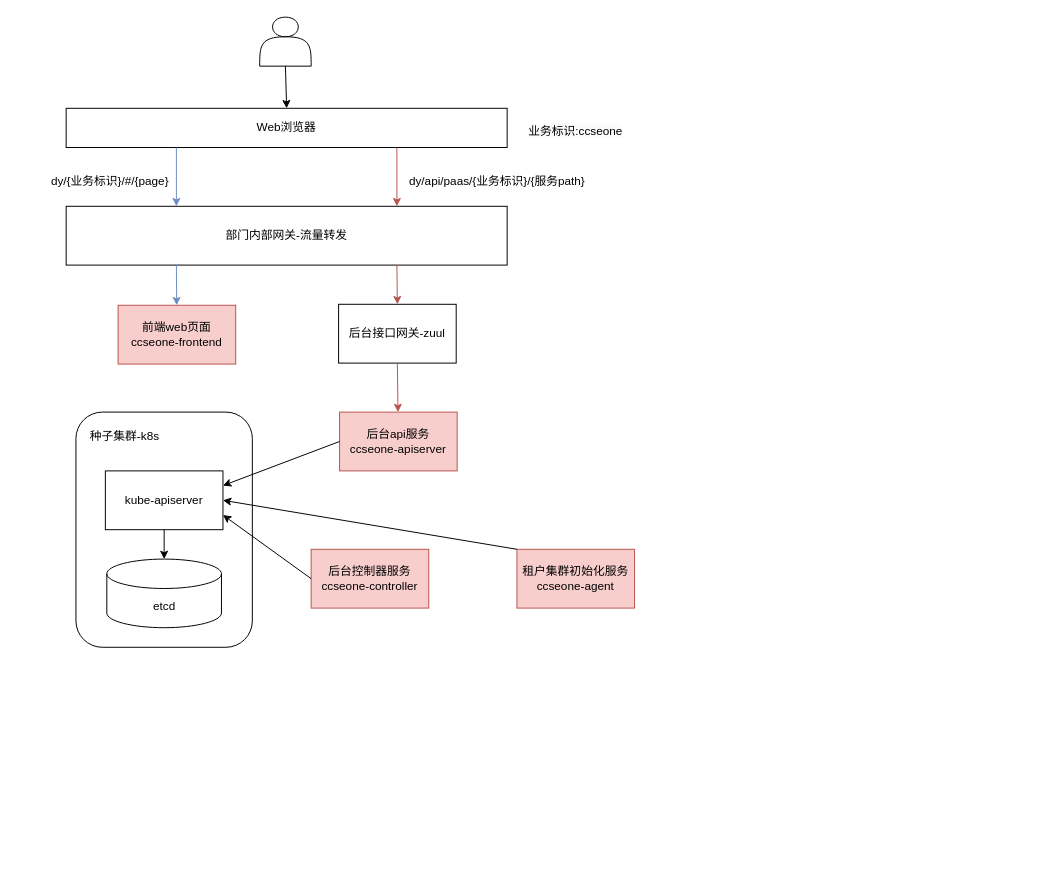
The draw.io diagram page "网关接入" (2 of 3) of drawio/安全审查.drawio in Tiny-VS-Lina/ccse, before the edit. Source tidied: cells renumbered, new cells numbered last; positions are measured from the earlier drawing's top-left corner, leaving out a move shared by most shapes. Both pictures are drawn from the tidied source at 98%, with x=0, y=0 at pixel (46, 17).
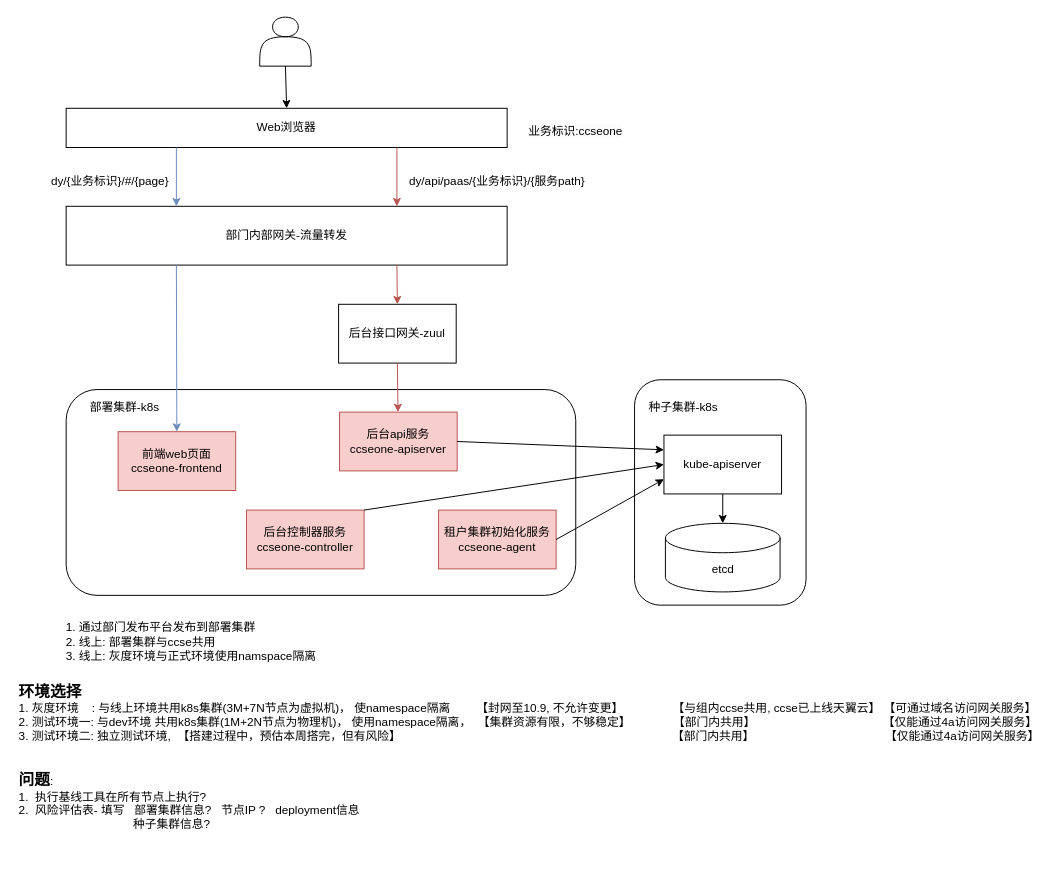
Above is the later version.

Unchanged cells that the change refers to:
```xml
<mxCell id="4" value="Web浏览器" style="rounded=0;whiteSpace=wrap;html=1;" parent="1" vertex="1">
  <mxGeometry x="20" y="93" width="450" height="40" as="geometry" />
</mxCell>
<mxCell id="5" style="shape=actor;whiteSpace=wrap;html=1;" parent="1" vertex="1">
  <mxGeometry x="217.5" width="52.5" height="50" as="geometry" />
</mxCell>
<mxCell id="15" value="后台api服务&lt;br&gt;ccseone-apiserver" style="rounded=0;whiteSpace=wrap;html=1;fillColor=#f8cecc;strokeColor=#b85450;" parent="1" vertex="1">
  <mxGeometry x="299" y="403" width="120" height="60" as="geometry" />
</mxCell>
```

The edit, as a diff of the source:
```diff
@@
+    <mxCell id="27" style="rounded=1;whiteSpace=wrap;html=1;" parent="1" vertex="1">
+      <mxGeometry x="20" y="380" width="520" height="210" as="geometry" />
+    </mxCell>
     <mxCell id="2" style="rounded=1;whiteSpace=wrap;html=1;" parent="1" vertex="1">
-      <mxGeometry x="30" y="403" width="180" height="240" as="geometry" />
+      <mxGeometry x="600" y="370" width="175" height="230" as="geometry" />
     </mxCell>
@@
     <mxCell id="9" value="前端web页面&lt;br&gt;ccseone-frontend" style="rounded=0;whiteSpace=wrap;html=1;fillColor=#f8cecc;strokeColor=#b85450;" parent="1" vertex="1">
-      <mxGeometry x="73" y="294" width="120" height="60" as="geometry" />
+      <mxGeometry x="73" y="423" width="120" height="60" as="geometry" />
     </mxCell>
@@
     <mxCell id="17" value="kube-apiserver" style="rounded=0;whiteSpace=wrap;html=1;" parent="1" vertex="1">
-      <mxGeometry x="60" y="463" width="120" height="60" as="geometry" />
+      <mxGeometry x="630" y="426.5" width="120" height="60" as="geometry" />
     </mxCell>
     <mxCell id="18" value="etcd" style="shape=cylinder3;whiteSpace=wrap;html=1;boundedLbl=1;backgroundOutline=1;size=15;" parent="1" vertex="1">
-      <mxGeometry x="61.5" y="553" width="117" height="70" as="geometry" />
+      <mxGeometry x="631.5" y="516.5" width="117" height="70" as="geometry" />
     </mxCell>
@@
     <mxCell id="20" value="种子集群-k8s" style="text;html=1;strokeColor=none;fillColor=none;align=center;verticalAlign=middle;whiteSpace=wrap;rounded=0;" parent="1" vertex="1">
-      <mxGeometry x="40" y="413" width="80" height="30" as="geometry" />
+      <mxGeometry x="610" y="383" width="80" height="30" as="geometry" />
     </mxCell>
-    <mxCell id="21" style="endArrow=classic;html=1;rounded=0;exitX=0;exitY=0.5;exitDx=0;exitDy=0;entryX=1;entryY=0.25;entryDx=0;entryDy=0;" parent="1" edge="1" source="15" target="17">
-      <mxGeometry relative="1" as="geometry" />
-    </mxCell>
     <mxCell id="22" value="后台控制器服务&lt;br&gt;ccseone-controller" style="rounded=0;whiteSpace=wrap;html=1;fillColor=#f8cecc;strokeColor=#b85450;" parent="1" vertex="1">
-      <mxGeometry x="270" y="543" width="120" height="60" as="geometry" />
+      <mxGeometry x="204" y="503" width="120" height="60" as="geometry" />
     </mxCell>
     <mxCell id="23" value="租户集群初始化服务&lt;br&gt;ccseone-agent" style="rounded=0;whiteSpace=wrap;html=1;fillColor=#f8cecc;strokeColor=#b85450;" parent="1" vertex="1">
-      <mxGeometry x="480" y="543" width="120" height="60" as="geometry" />
+      <mxGeometry x="400" y="503" width="120" height="60" as="geometry" />
     </mxCell>
+    <mxCell id="26" style="endArrow=classic;html=1;rounded=0;exitX=0.5;exitY=1;exitDx=0;exitDy=0;entryX=0.5;entryY=0;entryDx=0;entryDy=0;" parent="1" edge="1" source="5" target="4">
+      <mxGeometry relative="1" as="geometry" />
+    </mxCell>
+    <mxCell id="21" style="endArrow=classic;html=1;rounded=0;exitX=1;exitY=0.5;exitDx=0;exitDy=0;entryX=0;entryY=0.25;entryDx=0;entryDy=0;" parent="1" edge="1" source="15" target="17">
+      <mxGeometry relative="1" as="geometry" />
+    </mxCell>
-    <mxCell id="24" style="endArrow=classic;html=1;rounded=0;exitX=0;exitY=0.5;exitDx=0;exitDy=0;entryX=1;entryY=0.75;entryDx=0;entryDy=0;" parent="1" edge="1" source="22" target="17">
+    <mxCell id="24" style="endArrow=classic;html=1;rounded=0;exitX=1;exitY=0;exitDx=0;exitDy=0;entryX=0;entryY=0.5;entryDx=0;entryDy=0;" parent="1" edge="1" source="22" target="17">
       <mxGeometry relative="1" as="geometry" />
     </mxCell>
-    <mxCell id="25" style="endArrow=classic;html=1;rounded=0;entryX=1;entryY=0.5;entryDx=0;entryDy=0;exitX=0;exitY=0;exitDx=0;exitDy=0;" parent="1" edge="1" source="23" target="17">
+    <mxCell id="25" style="endArrow=classic;html=1;rounded=0;exitX=1;exitY=0.5;exitDx=0;exitDy=0;entryX=0;entryY=0.75;entryDx=0;entryDy=0;" parent="1" edge="1" source="23" target="17">
       <mxGeometry relative="1" as="geometry" />
     </mxCell>
-    <mxCell id="26" style="endArrow=classic;html=1;rounded=0;exitX=0.5;exitY=1;exitDx=0;exitDy=0;entryX=0.5;entryY=0;entryDx=0;entryDy=0;" parent="1" edge="1" source="5" target="4">
-      <mxGeometry relative="1" as="geometry" />
-    </mxCell>
+    <mxCell id="28" value="部署集群-k8s" style="text;html=1;strokeColor=none;fillColor=none;align=center;verticalAlign=middle;whiteSpace=wrap;rounded=0;" parent="1" vertex="1">
+      <mxGeometry x="30" y="386.5" width="100" height="23" as="geometry" />
+    </mxCell>
+    <mxCell id="29" value="&lt;br&gt;1.&amp;nbsp;通过部门发布平台发布到部署集群&lt;br&gt;2.&amp;nbsp;线上: 部署集群与ccse共用&lt;br style=&quot;border-color: var(--border-color);&quot;&gt;3.&amp;nbsp;线上: 灰度环境与正式环境使用namspace隔离&lt;br&gt;" style="text;html=1;strokeColor=none;fillColor=none;align=left;verticalAlign=middle;whiteSpace=wrap;rounded=0;" parent="1" vertex="1">
+      <mxGeometry x="18" y="600" width="280" height="60" as="geometry" />
+    </mxCell>
+    <mxCell id="30" value="&lt;b&gt;&lt;font style=&quot;font-size: 16px;&quot;&gt;环境选择&lt;/font&gt;&lt;/b&gt;&lt;br&gt;1.&amp;nbsp;灰度环境&amp;nbsp; &amp;nbsp; :&amp;nbsp;与线上环境共用k8s集群(3M+7N节点为虚拟机)，&amp;nbsp;使namespace隔离&amp;nbsp; &amp;nbsp; &amp;nbsp; &amp;nbsp; 【封网至10.9, 不允许变更】&amp;nbsp; &amp;nbsp; &amp;nbsp; &amp;nbsp; &amp;nbsp; &amp;nbsp; &amp;nbsp; &amp;nbsp;【与组内ccse共用, ccse已上线天翼云】 【可通过域名访问网关服务】&lt;br&gt;2.&amp;nbsp;测试环境一:&amp;nbsp;与dev环境 共用k8s集群(1M+2N节点为物理机)，&amp;nbsp;使用namespace隔离，&amp;nbsp; 【集群资源有限，不够稳定】&amp;nbsp; &amp;nbsp; &amp;nbsp; &amp;nbsp; &amp;nbsp; &amp;nbsp; &amp;nbsp;【部门内共用】&amp;nbsp; &amp;nbsp; &amp;nbsp; &amp;nbsp; &amp;nbsp; &amp;nbsp; &amp;nbsp; &amp;nbsp; &amp;nbsp; &amp;nbsp; &amp;nbsp; &amp;nbsp; &amp;nbsp; &amp;nbsp; &amp;nbsp; &amp;nbsp; &amp;nbsp; &amp;nbsp; &amp;nbsp; &amp;nbsp;【仅能通过4a访问网关服务】&lt;br&gt;3.&amp;nbsp;测试环境二:&amp;nbsp;独立测试环境,&amp;nbsp; 【搭建过程中，预估本周搭完，但有风险】&amp;nbsp; &amp;nbsp; &amp;nbsp; &amp;nbsp; &amp;nbsp; &amp;nbsp; &amp;nbsp; &amp;nbsp; &amp;nbsp; &amp;nbsp; &amp;nbsp; &amp;nbsp; &amp;nbsp; &amp;nbsp; &amp;nbsp; &amp;nbsp; &amp;nbsp; &amp;nbsp; &amp;nbsp; &amp;nbsp; &amp;nbsp; &amp;nbsp; &amp;nbsp; &amp;nbsp; &amp;nbsp; &amp;nbsp; &amp;nbsp; &amp;nbsp; &amp;nbsp; &amp;nbsp; &amp;nbsp; &amp;nbsp; &amp;nbsp; &amp;nbsp; &amp;nbsp; &amp;nbsp; &amp;nbsp; &amp;nbsp; &amp;nbsp; &amp;nbsp; &amp;nbsp; &amp;nbsp;【部门内共用】&amp;nbsp; &amp;nbsp; &amp;nbsp; &amp;nbsp; &amp;nbsp; &amp;nbsp; &amp;nbsp; &amp;nbsp; &amp;nbsp; &amp;nbsp; &amp;nbsp; &amp;nbsp; &amp;nbsp; &amp;nbsp; &amp;nbsp; &amp;nbsp; &amp;nbsp; &amp;nbsp; &amp;nbsp; &amp;nbsp; 【仅能通过4a访问网关服务】" style="text;html=1;strokeColor=none;fillColor=none;align=left;verticalAlign=middle;whiteSpace=wrap;rounded=0;" parent="1" vertex="1">
+      <mxGeometry x="-30" y="640" width="1050" height="140" as="geometry" />
+    </mxCell>
+    <mxCell id="31" value="&lt;b&gt;&lt;font style=&quot;font-size: 16px;&quot;&gt;问题&lt;/font&gt;&lt;/b&gt;:&lt;br&gt;1.&amp;nbsp; 执行基线工具在所有节点上执行?&lt;br&gt;2.&amp;nbsp; 风险评估表-&amp;nbsp;填写&amp;nbsp; &amp;nbsp;部署集群信息?&amp;nbsp; &amp;nbsp;节点IP ?&amp;nbsp; &amp;nbsp;deployment信息&lt;br&gt;&amp;nbsp; &amp;nbsp; &amp;nbsp; &amp;nbsp; &amp;nbsp; &amp;nbsp; &amp;nbsp; &amp;nbsp; &amp;nbsp; &amp;nbsp; &amp;nbsp; &amp;nbsp; &amp;nbsp; &amp;nbsp; &amp;nbsp; &amp;nbsp; &amp;nbsp; &amp;nbsp;种子集群信息?" style="text;html=1;strokeColor=none;fillColor=none;align=left;verticalAlign=middle;whiteSpace=wrap;rounded=0;" parent="1" vertex="1">
+      <mxGeometry x="-30" y="740" width="480" height="120" as="geometry" />
+    </mxCell>
```
